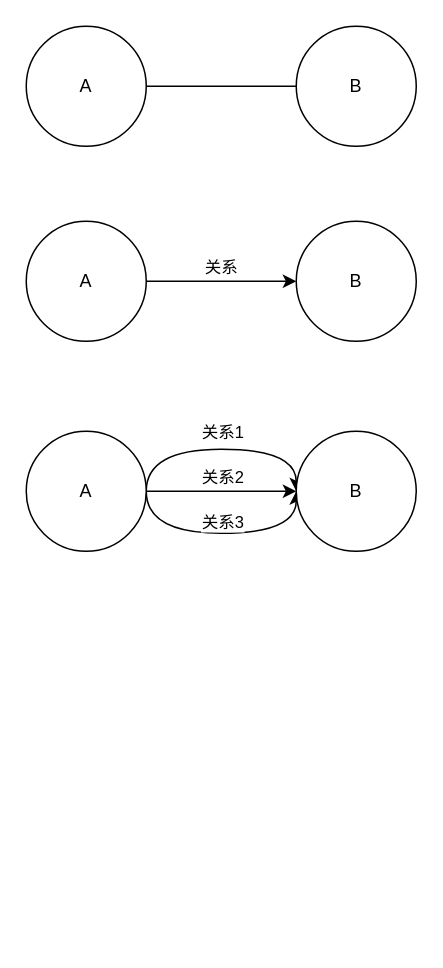
Above: isc/图关系-点边.drawio in diaohancai/diagrams (draw.io), before the change. Source tidied: cells renumbered, new cells numbered last; positions are measured from the earlier drawing's top-left corner, leaving out a move shared by most shapes. Both pictures are drawn from the tidied source at 150%, with x=0, y=0 at pixel (26, 26).
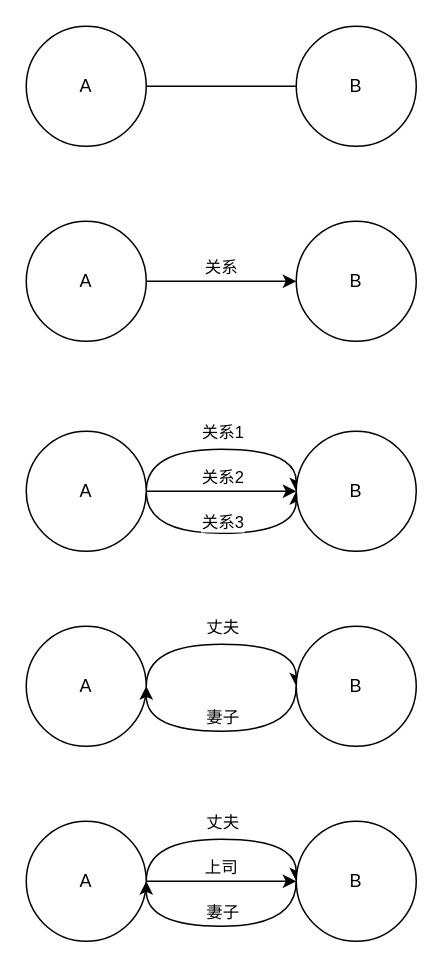
Above is the later version.

Commit message (it also covers changes not shown here):
Update 图关系-点边.drawio

Change to the diagram source:
```diff
@@
+    <mxCell id="17" style="edgeStyle=orthogonalEdgeStyle;rounded=0;jettySize=auto;html=1;exitX=1;exitY=0.5;exitDx=0;exitDy=0;entryX=0;entryY=0.5;entryDx=0;entryDy=0;endArrow=classic;endFill=1;curved=1;" parent="1" edge="1" source="19" target="22">
+      <mxGeometry relative="1" as="geometry">
+        <Array as="points">
+          <mxPoint x="80" y="412" />
+          <mxPoint x="180" y="412" />
+        </Array>
+      </mxGeometry>
+    </mxCell>
+    <mxCell id="18" value="丈夫" style="edgeLabel;html=1;align=center;verticalAlign=middle;" parent="17" vertex="1">
+      <mxGeometry x="-0.03" y="-3" relative="1" as="geometry">
+        <mxPoint x="2" y="-15" as="offset" />
+      </mxGeometry>
+    </mxCell>
+    <mxCell id="19" value="A" style="ellipse;whiteSpace=wrap;html=1;" parent="1" vertex="1">
+      <mxGeometry y="400" width="80" height="80" as="geometry" />
+    </mxCell>
+    <mxCell id="20" style="edgeStyle=orthogonalEdgeStyle;curved=1;rounded=0;jettySize=auto;html=1;exitX=0;exitY=0.5;exitDx=0;exitDy=0;entryX=1;entryY=0.5;entryDx=0;entryDy=0;endArrow=classic;endFill=1;" parent="1" edge="1" source="22" target="19">
+      <mxGeometry relative="1" as="geometry">
+        <Array as="points">
+          <mxPoint x="180" y="470" />
+          <mxPoint x="80" y="470" />
+        </Array>
+      </mxGeometry>
+    </mxCell>
+    <mxCell id="21" value="妻子" style="edgeLabel;html=1;align=center;verticalAlign=middle;" parent="20" vertex="1">
+      <mxGeometry x="0.05" y="-3" relative="1" as="geometry">
+        <mxPoint x="4" y="-7" as="offset" />
+      </mxGeometry>
+    </mxCell>
+    <mxCell id="22" value="B" style="ellipse;whiteSpace=wrap;html=1;" parent="1" vertex="1">
+      <mxGeometry x="180" y="400" width="80" height="80" as="geometry" />
+    </mxCell>
+    <mxCell id="23" style="edgeStyle=orthogonalEdgeStyle;rounded=0;jettySize=auto;html=1;exitX=1;exitY=0.5;exitDx=0;exitDy=0;entryX=0;entryY=0.5;entryDx=0;entryDy=0;endArrow=classic;endFill=1;curved=1;" parent="1" edge="1" source="27" target="30">
+      <mxGeometry relative="1" as="geometry">
+        <Array as="points">
+          <mxPoint x="80" y="542" />
+          <mxPoint x="180" y="542" />
+        </Array>
+      </mxGeometry>
+    </mxCell>
+    <mxCell id="24" value="丈夫" style="edgeLabel;html=1;align=center;verticalAlign=middle;" parent="23" vertex="1">
+      <mxGeometry x="-0.03" y="-3" relative="1" as="geometry">
+        <mxPoint x="2" y="-15" as="offset" />
+      </mxGeometry>
+    </mxCell>
+    <mxCell id="25" style="edgeStyle=orthogonalEdgeStyle;curved=1;rounded=0;jettySize=auto;html=1;exitX=1;exitY=0.5;exitDx=0;exitDy=0;entryX=0;entryY=0.5;entryDx=0;entryDy=0;endArrow=classic;endFill=1;" parent="1" edge="1" source="27" target="30">
+      <mxGeometry relative="1" as="geometry" />
+    </mxCell>
+    <mxCell id="26" value="上司" style="edgeLabel;html=1;align=center;verticalAlign=middle;" parent="25" vertex="1">
+      <mxGeometry x="-0.08" y="3" relative="1" as="geometry">
+        <mxPoint x="3" y="-7" as="offset" />
+      </mxGeometry>
+    </mxCell>
+    <mxCell id="27" value="A" style="ellipse;whiteSpace=wrap;html=1;" parent="1" vertex="1">
+      <mxGeometry y="530" width="80" height="80" as="geometry" />
+    </mxCell>
+    <mxCell id="28" style="edgeStyle=orthogonalEdgeStyle;curved=1;rounded=0;jettySize=auto;html=1;exitX=0;exitY=0.5;exitDx=0;exitDy=0;entryX=1;entryY=0.5;entryDx=0;entryDy=0;endArrow=classic;endFill=1;" parent="1" edge="1" source="30" target="27">
+      <mxGeometry relative="1" as="geometry">
+        <Array as="points">
+          <mxPoint x="180" y="600" />
+          <mxPoint x="80" y="600" />
+        </Array>
+      </mxGeometry>
+    </mxCell>
+    <mxCell id="29" value="妻子" style="edgeLabel;html=1;align=center;verticalAlign=middle;" parent="28" vertex="1">
+      <mxGeometry x="0.05" y="-3" relative="1" as="geometry">
+        <mxPoint x="4" y="-7" as="offset" />
+      </mxGeometry>
+    </mxCell>
+    <mxCell id="30" value="B" style="ellipse;whiteSpace=wrap;html=1;" parent="1" vertex="1">
+      <mxGeometry x="180" y="530" width="80" height="80" as="geometry" />
+    </mxCell>
```
